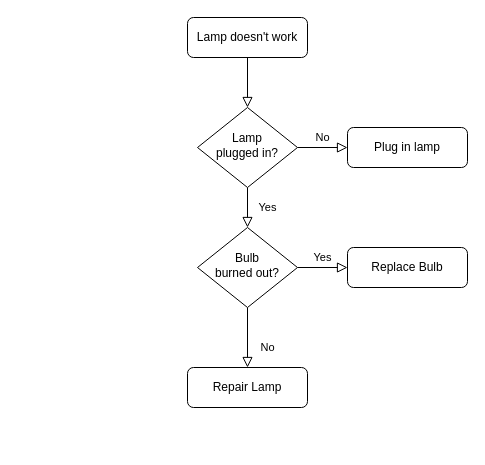
Earlier version of the draw.io diagram Diagrama sin título.drawio (alkaman/Flow-Charts). Source tidied: cells renumbered, new cells numbered last; positions are measured from the earlier drawing's top-left corner, leaving out a move shared by most shapes. Both pictures are drawn from the tidied source at 100%, with x=0, y=0 at pixel (187, 17).
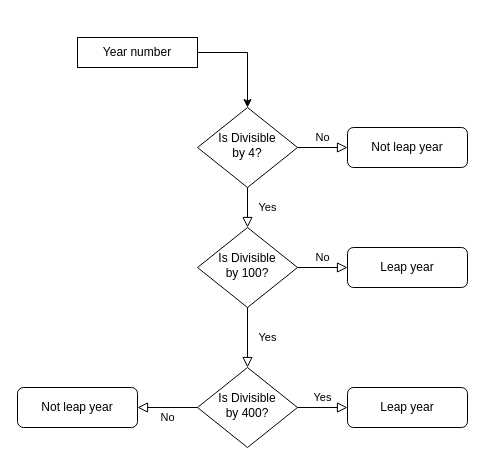
After the change.

Change to the diagram source:
```diff
@@
 <mxGraphModel>
   <root>
     <mxCell id="0" />
     <mxCell id="1" parent="0" />
-    <mxCell id="2" style="rounded=0;html=1;jettySize=auto;fontSize=11;endArrow=block;endFill=0;endSize=8;strokeWidth=1;shadow=0;labelBackgroundColor=none;edgeStyle=orthogonalEdgeStyle;" parent="1" edge="1" source="3" target="6">
-      <mxGeometry relative="1" as="geometry" />
-    </mxCell>
-    <mxCell id="3" value="Lamp doesn't work" style="rounded=1;whiteSpace=wrap;html=1;fontSize=12;glass=0;strokeWidth=1;shadow=0;" parent="1" vertex="1">
-      <mxGeometry width="120" height="40" as="geometry" />
-    </mxCell>
     <mxCell id="4" value="Yes" style="rounded=0;html=1;jettySize=auto;fontSize=11;endArrow=block;endFill=0;endSize=8;strokeWidth=1;shadow=0;labelBackgroundColor=none;edgeStyle=orthogonalEdgeStyle;" parent="1" edge="1" source="6" target="10">
       <mxGeometry y="20" relative="1" as="geometry" />
     </mxCell>
     <mxCell id="5" value="No" style="edgeStyle=orthogonalEdgeStyle;rounded=0;html=1;jettySize=auto;fontSize=11;endArrow=block;endFill=0;endSize=8;strokeWidth=1;shadow=0;labelBackgroundColor=none;" parent="1" edge="1" source="6" target="7">
       <mxGeometry y="10" relative="1" as="geometry" />
     </mxCell>
-    <mxCell id="6" value="Lamp&lt;br&gt;plugged in?" style="rhombus;whiteSpace=wrap;html=1;shadow=0;fontFamily=Helvetica;fontSize=12;align=center;strokeWidth=1;spacing=6;spacingTop=-4;" parent="1" vertex="1">
+    <mxCell id="6" value="Is Divisible&lt;br&gt;by 4?" style="rhombus;whiteSpace=wrap;html=1;shadow=0;fontFamily=Helvetica;fontSize=12;align=center;strokeWidth=1;spacing=6;spacingTop=-4;" parent="1" vertex="1">
       <mxGeometry x="10" y="90" width="100" height="80" as="geometry" />
     </mxCell>
-    <mxCell id="7" value="Plug in lamp" style="rounded=1;whiteSpace=wrap;html=1;fontSize=12;glass=0;strokeWidth=1;shadow=0;" parent="1" vertex="1">
+    <mxCell id="7" value="Not leap year" style="rounded=1;whiteSpace=wrap;html=1;fontSize=12;glass=0;strokeWidth=1;shadow=0;" parent="1" vertex="1">
       <mxGeometry x="160" y="110" width="120" height="40" as="geometry" />
     </mxCell>
-    <mxCell id="8" value="No" style="rounded=0;html=1;jettySize=auto;fontSize=11;endArrow=block;endFill=0;endSize=8;strokeWidth=1;shadow=0;labelBackgroundColor=none;edgeStyle=orthogonalEdgeStyle;" parent="1" edge="1" source="10" target="11">
-      <mxGeometry x="0.33" y="20" relative="1" as="geometry" />
-    </mxCell>
+    <mxCell id="10" value="Is Divisible&lt;br&gt;by 100?" style="rhombus;whiteSpace=wrap;html=1;shadow=0;fontFamily=Helvetica;fontSize=12;align=center;strokeWidth=1;spacing=6;spacingTop=-4;" parent="1" vertex="1">
+      <mxGeometry x="10" y="210" width="100" height="80" as="geometry" />
+    </mxCell>
+    <mxCell id="12" value="Leap year" style="rounded=1;whiteSpace=wrap;html=1;fontSize=12;glass=0;strokeWidth=1;shadow=0;" parent="1" vertex="1">
+      <mxGeometry x="160" y="230" width="120" height="40" as="geometry" />
+    </mxCell>
+    <mxCell id="13" value="Is Divisible&lt;br&gt;by 400?" style="rhombus;whiteSpace=wrap;html=1;shadow=0;fontFamily=Helvetica;fontSize=12;align=center;strokeWidth=1;spacing=6;spacingTop=-4;" parent="1" vertex="1">
+      <mxGeometry x="10" y="350" width="100" height="80" as="geometry" />
+    </mxCell>
+    <mxCell id="14" value="Leap year" style="rounded=1;whiteSpace=wrap;html=1;fontSize=12;glass=0;strokeWidth=1;shadow=0;" parent="1" vertex="1">
+      <mxGeometry x="160" y="370" width="120" height="40" as="geometry" />
+    </mxCell>
+    <mxCell id="15" value="No" style="edgeStyle=orthogonalEdgeStyle;rounded=0;html=1;jettySize=auto;fontSize=11;endArrow=block;endFill=0;endSize=8;strokeWidth=1;shadow=0;labelBackgroundColor=none;exitX=0;exitY=0.5;exitDx=0;exitDy=0;" parent="1" edge="1" source="13" target="16">
+      <mxGeometry y="10" relative="1" as="geometry" />
+    </mxCell>
+    <mxCell id="16" value="Not leap year" style="rounded=1;whiteSpace=wrap;html=1;fontSize=12;glass=0;strokeWidth=1;shadow=0;" parent="1" vertex="1">
+      <mxGeometry x="-170" y="370" width="120" height="40" as="geometry" />
+    </mxCell>
+    <mxCell id="17" value="Year number" style="rounded=0;whiteSpace=wrap;html=1;" parent="1" vertex="1">
+      <mxGeometry x="-110" y="20" width="120" height="30" as="geometry" />
+    </mxCell>
+    <mxCell id="18" style="endArrow=classic;html=1;rounded=0;entryX=0.5;entryY=0;entryDx=0;entryDy=0;exitX=1;exitY=0.5;exitDx=0;exitDy=0;" parent="1" edge="1" source="17" target="6">
+      <mxGeometry relative="1" as="geometry">
+        <Array as="points">
+          <mxPoint x="60" y="35" />
+        </Array>
+      </mxGeometry>
+    </mxCell>
+    <mxCell id="19" value="Yes" style="edgeStyle=orthogonalEdgeStyle;rounded=0;html=1;jettySize=auto;fontSize=11;endArrow=block;endFill=0;endSize=8;strokeWidth=1;shadow=0;labelBackgroundColor=none;exitX=1;exitY=0.5;exitDx=0;exitDy=0;entryX=0;entryY=0.5;entryDx=0;entryDy=0;" parent="1" edge="1" source="13" target="14">
+      <mxGeometry y="10" relative="1" as="geometry" />
+    </mxCell>
-    <mxCell id="9" value="Yes" style="edgeStyle=orthogonalEdgeStyle;rounded=0;html=1;jettySize=auto;fontSize=11;endArrow=block;endFill=0;endSize=8;strokeWidth=1;shadow=0;labelBackgroundColor=none;" parent="1" edge="1" source="10" target="12">
+    <mxCell id="9" value="No" style="edgeStyle=orthogonalEdgeStyle;rounded=0;html=1;jettySize=auto;fontSize=11;endArrow=block;endFill=0;endSize=8;strokeWidth=1;shadow=0;labelBackgroundColor=none;exitX=1;exitY=0.5;exitDx=0;exitDy=0;entryX=0;entryY=0.5;entryDx=0;entryDy=0;" parent="1" edge="1" source="10" target="12">
       <mxGeometry y="10" relative="1" as="geometry" />
     </mxCell>
-    <mxCell id="10" value="Bulb&lt;br&gt;burned out?" style="rhombus;whiteSpace=wrap;html=1;shadow=0;fontFamily=Helvetica;fontSize=12;align=center;strokeWidth=1;spacing=6;spacingTop=-4;" parent="1" vertex="1">
-      <mxGeometry x="10" y="210" width="100" height="80" as="geometry" />
-    </mxCell>
-    <mxCell id="11" value="Repair Lamp" style="rounded=1;whiteSpace=wrap;html=1;fontSize=12;glass=0;strokeWidth=1;shadow=0;" parent="1" vertex="1">
-      <mxGeometry y="350" width="120" height="40" as="geometry" />
-    </mxCell>
-    <mxCell id="12" value="Replace Bulb" style="rounded=1;whiteSpace=wrap;html=1;fontSize=12;glass=0;strokeWidth=1;shadow=0;" parent="1" vertex="1">
-      <mxGeometry x="160" y="230" width="120" height="40" as="geometry" />
-    </mxCell>
+    <mxCell id="20" value="Yes" style="rounded=0;html=1;jettySize=auto;fontSize=11;endArrow=block;endFill=0;endSize=8;strokeWidth=1;shadow=0;labelBackgroundColor=none;edgeStyle=orthogonalEdgeStyle;exitX=0.5;exitY=1;exitDx=0;exitDy=0;" parent="1" edge="1" source="10" target="13">
+      <mxGeometry y="20" relative="1" as="geometry" />
+    </mxCell>
   </root>
 </mxGraphModel>
```
